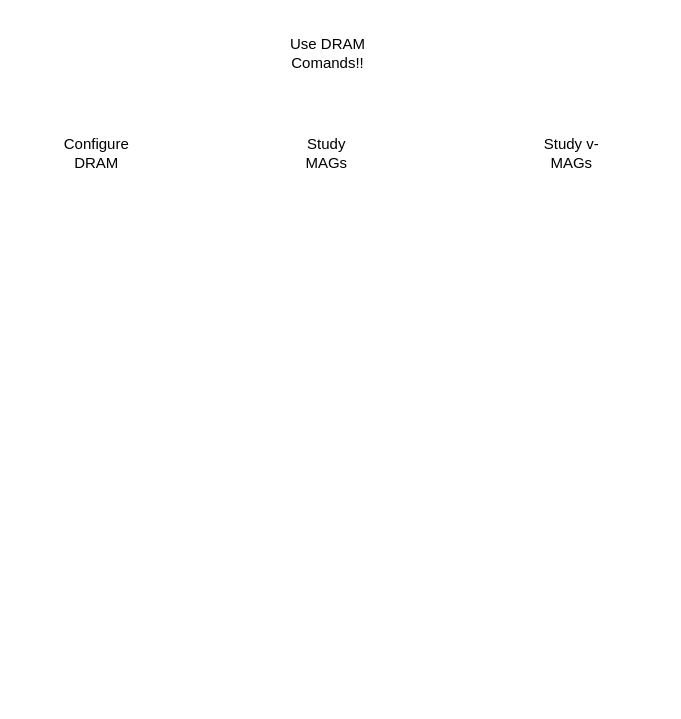
Before: images/Untitled Diagram.drawio in WrightonLabCSU/DRAM, a draw.io diagram. Source tidied: cells renumbered, new cells numbered last; positions are measured from the earlier drawing's top-left corner, leaving out a move shared by most shapes. Both pictures are drawn from the tidied source at 125%, with x=0, y=0 at pixel (59, 21).
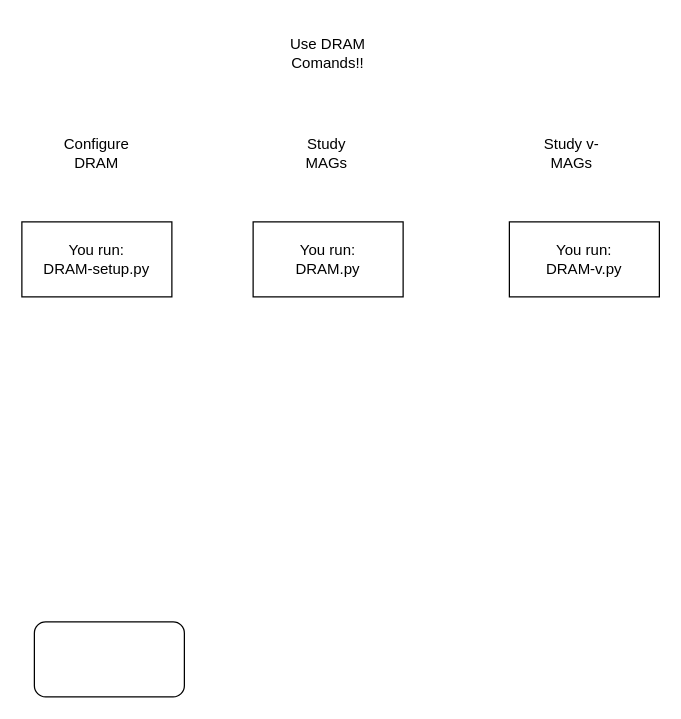
The same diagram, later.

The edit, as a diff of the source:
```diff
@@
 <mxGraphModel>
   <root>
     <mxCell id="0" />
     <mxCell id="1" parent="0" />
     <mxCell id="2" value="&lt;div&gt;&lt;br&gt;&lt;/div&gt;" style="text;html=1;align=center;verticalAlign=middle;strokeColor=none;fillColor=none;" parent="1" vertex="1">
       <mxGeometry x="160" y="115" width="20" height="30" as="geometry" />
     </mxCell>
     <mxCell id="3" value="&lt;div&gt;Use DRAM Comands!!&lt;/div&gt;" style="text;html=1;strokeColor=none;fillColor=none;align=center;verticalAlign=middle;whiteSpace=wrap;rounded=0;" parent="1" vertex="1">
       <mxGeometry x="180" width="70" height="50" as="geometry" />
     </mxCell>
     <mxCell id="4" value="Configure DRAM" style="text;html=1;strokeColor=none;fillColor=none;align=center;verticalAlign=middle;whiteSpace=wrap;rounded=0;" parent="1" vertex="1">
       <mxGeometry y="90" width="60" height="30" as="geometry" />
     </mxCell>
     <mxCell id="5" value="Study MAGs" style="text;html=1;strokeColor=none;fillColor=none;align=center;verticalAlign=middle;whiteSpace=wrap;rounded=0;" parent="1" vertex="1">
       <mxGeometry x="184" y="90" width="60" height="30" as="geometry" />
     </mxCell>
     <mxCell id="6" value="&lt;div&gt;Study v-MAGs&lt;/div&gt;" style="text;html=1;strokeColor=none;fillColor=none;align=center;verticalAlign=middle;whiteSpace=wrap;rounded=0;" parent="1" vertex="1">
       <mxGeometry x="380" y="90" width="60" height="30" as="geometry" />
     </mxCell>
+    <mxCell id="7" value="&lt;div&gt;You run:&lt;/div&gt;&lt;div&gt;DRAM-setup.py&lt;br&gt;&lt;/div&gt;" style="rounded=0;whiteSpace=wrap;html=1;" parent="1" vertex="1">
+      <mxGeometry x="-30" y="160" width="120" height="60" as="geometry" />
+    </mxCell>
+    <mxCell id="8" value="&lt;div&gt;You run:&lt;/div&gt;&lt;div&gt;DRAM.py&lt;br&gt;&lt;/div&gt;" style="rounded=0;whiteSpace=wrap;html=1;" parent="1" vertex="1">
+      <mxGeometry x="155" y="160" width="120" height="60" as="geometry" />
+    </mxCell>
+    <mxCell id="9" value="&lt;div&gt;You run:&lt;/div&gt;&lt;div&gt;DRAM-v.py&lt;br&gt;&lt;/div&gt;" style="rounded=0;whiteSpace=wrap;html=1;" parent="1" vertex="1">
+      <mxGeometry x="360" y="160" width="120" height="60" as="geometry" />
+    </mxCell>
+    <mxCell id="10" style="rounded=1;whiteSpace=wrap;html=1;" parent="1" vertex="1">
+      <mxGeometry x="-20" y="480" width="120" height="60" as="geometry" />
+    </mxCell>
   </root>
 </mxGraphModel>
```
